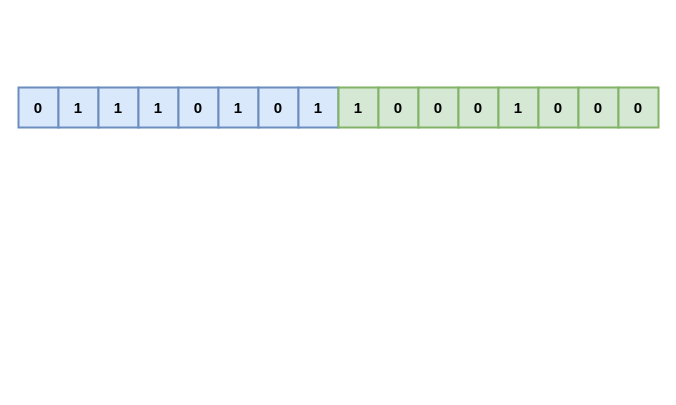
donscoco/diagrams keeps this draw.io diagram as redis/redis-hyperloglog-1.drawio. Above is the earlier version. Source tidied: cells renumbered, new cells numbered last; positions are measured from the earlier drawing's top-left corner, leaving out a move shared by most shapes. Both pictures are drawn from the tidied source at 100%, with x=0, y=0 at pixel (18, 87).
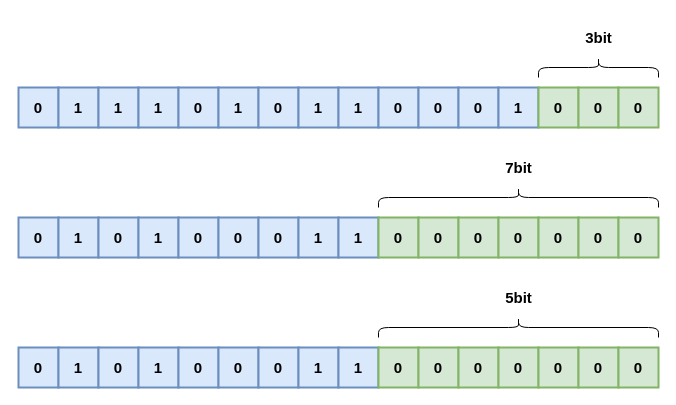
Above is the later version.

What changed in the source:
```diff
@@
-    <mxCell id="10" value="1" style="rounded=0;whiteSpace=wrap;html=1;strokeWidth=2;fillWeight=4;hachureGap=8;hachureAngle=45;fillColor=#d5e8d4;strokeColor=#82b366;fontSize=15;fontStyle=1;" parent="1" vertex="1">
+    <mxCell id="10" value="1" style="rounded=0;whiteSpace=wrap;html=1;strokeWidth=2;fillWeight=4;hachureGap=8;hachureAngle=45;fillColor=#dae8fc;strokeColor=#6c8ebf;fontSize=15;fontStyle=1;" parent="1" vertex="1">
       <mxGeometry x="320" width="40" height="40" as="geometry" />
     </mxCell>
-    <mxCell id="11" value="0" style="rounded=0;whiteSpace=wrap;html=1;strokeWidth=2;fillWeight=4;hachureGap=8;hachureAngle=45;fillColor=#d5e8d4;strokeColor=#82b366;fontSize=15;fontStyle=1;" parent="1" vertex="1">
+    <mxCell id="11" value="0" style="rounded=0;whiteSpace=wrap;html=1;strokeWidth=2;fillWeight=4;hachureGap=8;hachureAngle=45;fillColor=#dae8fc;strokeColor=#6c8ebf;fontSize=15;fontStyle=1;" parent="1" vertex="1">
       <mxGeometry x="360" width="40" height="40" as="geometry" />
     </mxCell>
-    <mxCell id="12" value="0" style="rounded=0;whiteSpace=wrap;html=1;strokeWidth=2;fillWeight=4;hachureGap=8;hachureAngle=45;fillColor=#d5e8d4;strokeColor=#82b366;fontSize=15;fontStyle=1;" parent="1" vertex="1">
+    <mxCell id="12" value="0" style="rounded=0;whiteSpace=wrap;html=1;strokeWidth=2;fillWeight=4;hachureGap=8;hachureAngle=45;fillColor=#dae8fc;strokeColor=#6c8ebf;fontSize=15;fontStyle=1;" parent="1" vertex="1">
       <mxGeometry x="400" width="40" height="40" as="geometry" />
     </mxCell>
-    <mxCell id="13" value="0" style="rounded=0;whiteSpace=wrap;html=1;strokeWidth=2;fillWeight=4;hachureGap=8;hachureAngle=45;fillColor=#d5e8d4;strokeColor=#82b366;fontSize=15;fontStyle=1;" parent="1" vertex="1">
+    <mxCell id="13" value="0" style="rounded=0;whiteSpace=wrap;html=1;strokeWidth=2;fillWeight=4;hachureGap=8;hachureAngle=45;fillColor=#dae8fc;strokeColor=#6c8ebf;fontSize=15;fontStyle=1;" parent="1" vertex="1">
       <mxGeometry x="440" width="40" height="40" as="geometry" />
     </mxCell>
-    <mxCell id="14" value="1" style="rounded=0;whiteSpace=wrap;html=1;strokeWidth=2;fillWeight=4;hachureGap=8;hachureAngle=45;fillColor=#d5e8d4;strokeColor=#82b366;fontSize=15;fontStyle=1;" parent="1" vertex="1">
+    <mxCell id="14" value="1" style="rounded=0;whiteSpace=wrap;html=1;strokeWidth=2;fillWeight=4;hachureGap=8;hachureAngle=45;fillColor=#dae8fc;strokeColor=#6c8ebf;fontSize=15;fontStyle=1;" parent="1" vertex="1">
       <mxGeometry x="480" width="40" height="40" as="geometry" />
     </mxCell>
@@
+    <mxCell id="18" style="shape=curlyBracket;whiteSpace=wrap;html=1;rounded=1;labelPosition=left;verticalLabelPosition=middle;align=right;verticalAlign=middle;rotation=90;" parent="1" vertex="1">
+      <mxGeometry x="570" y="-80" width="20" height="120" as="geometry" />
+    </mxCell>
+    <mxCell id="19" value="3bit" style="text;strokeColor=none;fillColor=none;html=1;fontSize=15;fontStyle=1;verticalAlign=middle;align=center;" parent="1" vertex="1">
+      <mxGeometry x="550" y="-70" width="60" height="40" as="geometry" />
+    </mxCell>
+    <mxCell id="20" value="0" style="rounded=0;whiteSpace=wrap;html=1;strokeWidth=2;fillWeight=4;hachureGap=8;hachureAngle=45;fillColor=#dae8fc;strokeColor=#6c8ebf;fontSize=15;fontStyle=1;" parent="1" vertex="1">
+      <mxGeometry y="130" width="40" height="40" as="geometry" />
+    </mxCell>
+    <mxCell id="21" value="1" style="rounded=0;whiteSpace=wrap;html=1;strokeWidth=2;fillWeight=4;hachureGap=8;hachureAngle=45;fillColor=#dae8fc;strokeColor=#6c8ebf;fontSize=15;fontStyle=1;" parent="1" vertex="1">
+      <mxGeometry x="40" y="130" width="40" height="40" as="geometry" />
+    </mxCell>
+    <mxCell id="22" value="0" style="rounded=0;whiteSpace=wrap;html=1;strokeWidth=2;fillWeight=4;hachureGap=8;hachureAngle=45;fillColor=#dae8fc;strokeColor=#6c8ebf;fontSize=15;fontStyle=1;" parent="1" vertex="1">
+      <mxGeometry x="80" y="130" width="40" height="40" as="geometry" />
+    </mxCell>
+    <mxCell id="23" value="1" style="rounded=0;whiteSpace=wrap;html=1;strokeWidth=2;fillWeight=4;hachureGap=8;hachureAngle=45;fillColor=#dae8fc;strokeColor=#6c8ebf;fontSize=15;fontStyle=1;" parent="1" vertex="1">
+      <mxGeometry x="120" y="130" width="40" height="40" as="geometry" />
+    </mxCell>
+    <mxCell id="24" value="0" style="rounded=0;whiteSpace=wrap;html=1;strokeWidth=2;fillWeight=4;hachureGap=8;hachureAngle=45;fillColor=#dae8fc;strokeColor=#6c8ebf;fontSize=15;fontStyle=1;" parent="1" vertex="1">
+      <mxGeometry x="160" y="130" width="40" height="40" as="geometry" />
+    </mxCell>
+    <mxCell id="25" value="0" style="rounded=0;whiteSpace=wrap;html=1;strokeWidth=2;fillWeight=4;hachureGap=8;hachureAngle=45;fillColor=#dae8fc;strokeColor=#6c8ebf;fontSize=15;fontStyle=1;" parent="1" vertex="1">
+      <mxGeometry x="200" y="130" width="40" height="40" as="geometry" />
+    </mxCell>
+    <mxCell id="26" value="0" style="rounded=0;whiteSpace=wrap;html=1;strokeWidth=2;fillWeight=4;hachureGap=8;hachureAngle=45;fillColor=#dae8fc;strokeColor=#6c8ebf;fontSize=15;fontStyle=1;" parent="1" vertex="1">
+      <mxGeometry x="240" y="130" width="40" height="40" as="geometry" />
+    </mxCell>
+    <mxCell id="27" value="1" style="rounded=0;whiteSpace=wrap;html=1;strokeWidth=2;fillWeight=4;hachureGap=8;hachureAngle=45;fillColor=#dae8fc;strokeColor=#6c8ebf;fontSize=15;fontStyle=1;" parent="1" vertex="1">
+      <mxGeometry x="280" y="130" width="40" height="40" as="geometry" />
+    </mxCell>
+    <mxCell id="28" value="1" style="rounded=0;whiteSpace=wrap;html=1;strokeWidth=2;fillWeight=4;hachureGap=8;hachureAngle=45;fillColor=#dae8fc;strokeColor=#6c8ebf;fontSize=15;fontStyle=1;" parent="1" vertex="1">
+      <mxGeometry x="320" y="130" width="40" height="40" as="geometry" />
+    </mxCell>
+    <mxCell id="29" value="0" style="rounded=0;whiteSpace=wrap;html=1;strokeWidth=2;fillWeight=4;hachureGap=8;hachureAngle=45;fillColor=#d5e8d4;strokeColor=#82b366;fontSize=15;fontStyle=1;" parent="1" vertex="1">
+      <mxGeometry x="360" y="130" width="40" height="40" as="geometry" />
+    </mxCell>
+    <mxCell id="30" value="0" style="rounded=0;whiteSpace=wrap;html=1;strokeWidth=2;fillWeight=4;hachureGap=8;hachureAngle=45;fillColor=#d5e8d4;strokeColor=#82b366;fontSize=15;fontStyle=1;" parent="1" vertex="1">
+      <mxGeometry x="400" y="130" width="40" height="40" as="geometry" />
+    </mxCell>
+    <mxCell id="31" value="0" style="rounded=0;whiteSpace=wrap;html=1;strokeWidth=2;fillWeight=4;hachureGap=8;hachureAngle=45;fillColor=#d5e8d4;strokeColor=#82b366;fontSize=15;fontStyle=1;" parent="1" vertex="1">
+      <mxGeometry x="440" y="130" width="40" height="40" as="geometry" />
+    </mxCell>
+    <mxCell id="32" value="0" style="rounded=0;whiteSpace=wrap;html=1;strokeWidth=2;fillWeight=4;hachureGap=8;hachureAngle=45;fillColor=#d5e8d4;strokeColor=#82b366;fontSize=15;fontStyle=1;" parent="1" vertex="1">
+      <mxGeometry x="480" y="130" width="40" height="40" as="geometry" />
+    </mxCell>
+    <mxCell id="33" value="0" style="rounded=0;whiteSpace=wrap;html=1;strokeWidth=2;fillWeight=4;hachureGap=8;hachureAngle=45;fillColor=#d5e8d4;strokeColor=#82b366;fontSize=15;fontStyle=1;" parent="1" vertex="1">
+      <mxGeometry x="520" y="130" width="40" height="40" as="geometry" />
+    </mxCell>
+    <mxCell id="34" value="0" style="rounded=0;whiteSpace=wrap;html=1;strokeWidth=2;fillWeight=4;hachureGap=8;hachureAngle=45;fillColor=#d5e8d4;strokeColor=#82b366;fontSize=15;fontStyle=1;" parent="1" vertex="1">
+      <mxGeometry x="560" y="130" width="40" height="40" as="geometry" />
+    </mxCell>
+    <mxCell id="35" value="0" style="rounded=0;whiteSpace=wrap;html=1;strokeWidth=2;fillWeight=4;hachureGap=8;hachureAngle=45;fillColor=#d5e8d4;strokeColor=#82b366;fontSize=15;fontStyle=1;" parent="1" vertex="1">
+      <mxGeometry x="600" y="130" width="40" height="40" as="geometry" />
+    </mxCell>
+    <mxCell id="36" style="shape=curlyBracket;whiteSpace=wrap;html=1;rounded=1;labelPosition=left;verticalLabelPosition=middle;align=right;verticalAlign=middle;rotation=90;" parent="1" vertex="1">
+      <mxGeometry x="490" y="-30" width="20" height="280" as="geometry" />
+    </mxCell>
+    <mxCell id="37" value="7bit" style="text;strokeColor=none;fillColor=none;html=1;fontSize=15;fontStyle=1;verticalAlign=middle;align=center;" parent="1" vertex="1">
+      <mxGeometry x="470" y="60" width="60" height="40" as="geometry" />
+    </mxCell>
+    <mxCell id="38" value="0" style="rounded=0;whiteSpace=wrap;html=1;strokeWidth=2;fillWeight=4;hachureGap=8;hachureAngle=45;fillColor=#dae8fc;strokeColor=#6c8ebf;fontSize=15;fontStyle=1;" parent="1" vertex="1">
+      <mxGeometry y="260" width="40" height="40" as="geometry" />
+    </mxCell>
+    <mxCell id="39" value="1" style="rounded=0;whiteSpace=wrap;html=1;strokeWidth=2;fillWeight=4;hachureGap=8;hachureAngle=45;fillColor=#dae8fc;strokeColor=#6c8ebf;fontSize=15;fontStyle=1;" parent="1" vertex="1">
+      <mxGeometry x="40" y="260" width="40" height="40" as="geometry" />
+    </mxCell>
+    <mxCell id="40" value="0" style="rounded=0;whiteSpace=wrap;html=1;strokeWidth=2;fillWeight=4;hachureGap=8;hachureAngle=45;fillColor=#dae8fc;strokeColor=#6c8ebf;fontSize=15;fontStyle=1;" parent="1" vertex="1">
+      <mxGeometry x="80" y="260" width="40" height="40" as="geometry" />
+    </mxCell>
+    <mxCell id="41" value="1" style="rounded=0;whiteSpace=wrap;html=1;strokeWidth=2;fillWeight=4;hachureGap=8;hachureAngle=45;fillColor=#dae8fc;strokeColor=#6c8ebf;fontSize=15;fontStyle=1;" parent="1" vertex="1">
+      <mxGeometry x="120" y="260" width="40" height="40" as="geometry" />
+    </mxCell>
+    <mxCell id="42" value="0" style="rounded=0;whiteSpace=wrap;html=1;strokeWidth=2;fillWeight=4;hachureGap=8;hachureAngle=45;fillColor=#dae8fc;strokeColor=#6c8ebf;fontSize=15;fontStyle=1;" parent="1" vertex="1">
+      <mxGeometry x="160" y="260" width="40" height="40" as="geometry" />
+    </mxCell>
+    <mxCell id="43" value="0" style="rounded=0;whiteSpace=wrap;html=1;strokeWidth=2;fillWeight=4;hachureGap=8;hachureAngle=45;fillColor=#dae8fc;strokeColor=#6c8ebf;fontSize=15;fontStyle=1;" parent="1" vertex="1">
+      <mxGeometry x="200" y="260" width="40" height="40" as="geometry" />
+    </mxCell>
+    <mxCell id="44" value="0" style="rounded=0;whiteSpace=wrap;html=1;strokeWidth=2;fillWeight=4;hachureGap=8;hachureAngle=45;fillColor=#dae8fc;strokeColor=#6c8ebf;fontSize=15;fontStyle=1;" parent="1" vertex="1">
+      <mxGeometry x="240" y="260" width="40" height="40" as="geometry" />
+    </mxCell>
+    <mxCell id="45" value="1" style="rounded=0;whiteSpace=wrap;html=1;strokeWidth=2;fillWeight=4;hachureGap=8;hachureAngle=45;fillColor=#dae8fc;strokeColor=#6c8ebf;fontSize=15;fontStyle=1;" parent="1" vertex="1">
+      <mxGeometry x="280" y="260" width="40" height="40" as="geometry" />
+    </mxCell>
+    <mxCell id="46" value="1" style="rounded=0;whiteSpace=wrap;html=1;strokeWidth=2;fillWeight=4;hachureGap=8;hachureAngle=45;fillColor=#dae8fc;strokeColor=#6c8ebf;fontSize=15;fontStyle=1;" parent="1" vertex="1">
+      <mxGeometry x="320" y="260" width="40" height="40" as="geometry" />
+    </mxCell>
+    <mxCell id="47" value="0" style="rounded=0;whiteSpace=wrap;html=1;strokeWidth=2;fillWeight=4;hachureGap=8;hachureAngle=45;fillColor=#d5e8d4;strokeColor=#82b366;fontSize=15;fontStyle=1;" parent="1" vertex="1">
+      <mxGeometry x="360" y="260" width="40" height="40" as="geometry" />
+    </mxCell>
+    <mxCell id="48" value="0" style="rounded=0;whiteSpace=wrap;html=1;strokeWidth=2;fillWeight=4;hachureGap=8;hachureAngle=45;fillColor=#d5e8d4;strokeColor=#82b366;fontSize=15;fontStyle=1;" parent="1" vertex="1">
+      <mxGeometry x="400" y="260" width="40" height="40" as="geometry" />
+    </mxCell>
+    <mxCell id="49" value="0" style="rounded=0;whiteSpace=wrap;html=1;strokeWidth=2;fillWeight=4;hachureGap=8;hachureAngle=45;fillColor=#d5e8d4;strokeColor=#82b366;fontSize=15;fontStyle=1;" parent="1" vertex="1">
+      <mxGeometry x="440" y="260" width="40" height="40" as="geometry" />
+    </mxCell>
+    <mxCell id="50" value="0" style="rounded=0;whiteSpace=wrap;html=1;strokeWidth=2;fillWeight=4;hachureGap=8;hachureAngle=45;fillColor=#d5e8d4;strokeColor=#82b366;fontSize=15;fontStyle=1;" parent="1" vertex="1">
+      <mxGeometry x="480" y="260" width="40" height="40" as="geometry" />
+    </mxCell>
+    <mxCell id="51" value="0" style="rounded=0;whiteSpace=wrap;html=1;strokeWidth=2;fillWeight=4;hachureGap=8;hachureAngle=45;fillColor=#d5e8d4;strokeColor=#82b366;fontSize=15;fontStyle=1;" parent="1" vertex="1">
+      <mxGeometry x="520" y="260" width="40" height="40" as="geometry" />
+    </mxCell>
+    <mxCell id="52" value="0" style="rounded=0;whiteSpace=wrap;html=1;strokeWidth=2;fillWeight=4;hachureGap=8;hachureAngle=45;fillColor=#d5e8d4;strokeColor=#82b366;fontSize=15;fontStyle=1;" parent="1" vertex="1">
+      <mxGeometry x="560" y="260" width="40" height="40" as="geometry" />
+    </mxCell>
+    <mxCell id="53" value="0" style="rounded=0;whiteSpace=wrap;html=1;strokeWidth=2;fillWeight=4;hachureGap=8;hachureAngle=45;fillColor=#d5e8d4;strokeColor=#82b366;fontSize=15;fontStyle=1;" parent="1" vertex="1">
+      <mxGeometry x="600" y="260" width="40" height="40" as="geometry" />
+    </mxCell>
+    <mxCell id="54" style="shape=curlyBracket;whiteSpace=wrap;html=1;rounded=1;labelPosition=left;verticalLabelPosition=middle;align=right;verticalAlign=middle;rotation=90;" parent="1" vertex="1">
+      <mxGeometry x="490" y="100" width="20" height="280" as="geometry" />
+    </mxCell>
+    <mxCell id="55" value="5bit" style="text;strokeColor=none;fillColor=none;html=1;fontSize=15;fontStyle=1;verticalAlign=middle;align=center;" parent="1" vertex="1">
+      <mxGeometry x="470" y="190" width="60" height="40" as="geometry" />
+    </mxCell>
```
